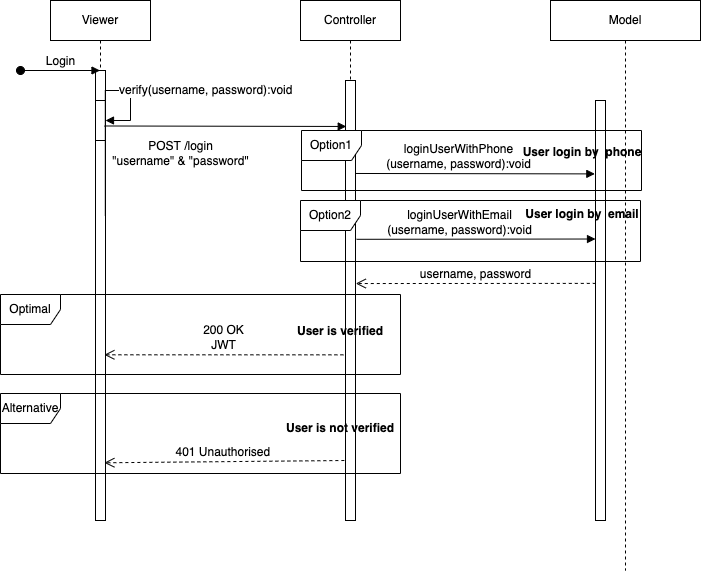
This is Design/Sprint 3/Sequence diagram - Login.png from cis350/project-uniteandconquer, a draw.io export, as it was before one commit. Source tidied: cells renumbered, new cells last; positions are measured from the earlier drawing's top-left corner, leaving out a move shared by most shapes.
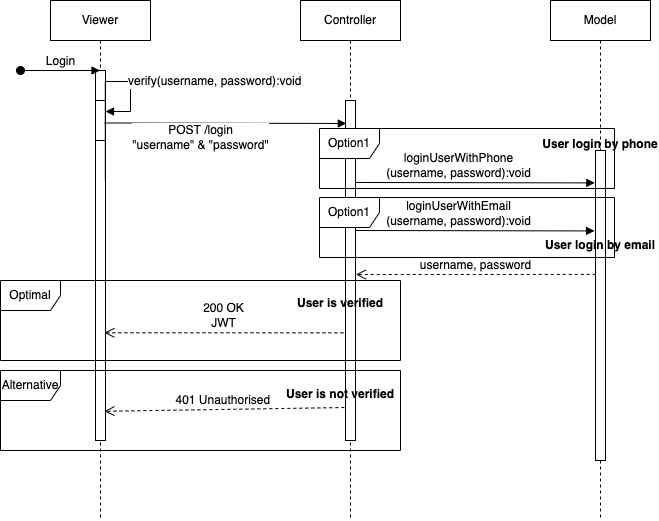
The same diagram one commit later.

What changed in the source:
```diff
@@ -3,101 +3,99 @@
     <mxCell id="0" />
     <mxCell id="1" parent="0" />
     <mxCell id="2" value="Viewer" style="shape=umlLifeline;perimeter=lifelinePerimeter;whiteSpace=wrap;html=1;outlineConnect=0;" parent="1" vertex="1">
-      <mxGeometry x="50" width="100" height="520" as="geometry" />
+      <mxGeometry x="100" width="100" height="520" as="geometry" />
     </mxCell>
-    <mxCell id="3" style="html=1;points=[];perimeter=orthogonalPerimeter;" parent="2" vertex="1">
-      <mxGeometry x="45" y="70" width="10" height="450" as="geometry" />
-    </mxCell>
+    <mxCell id="25" style="html=1;points=[];perimeter=orthogonalPerimeter;" parent="2" vertex="1">
+      <mxGeometry x="45" y="70" width="10" height="370" as="geometry" />
+    </mxCell>
     <mxCell id="4" style="html=1;perimeter=orthogonalPerimeter;" parent="2" vertex="1">
       <mxGeometry x="45" y="100" width="10" height="40" as="geometry" />
     </mxCell>
-    <mxCell id="5" value="verify(username, password):void&amp;nbsp;" style="edgeStyle=orthogonalEdgeStyle;html=1;align=left;spacingLeft=2;endArrow=block;rounded=0;exitX=0.981;exitY=0.322;exitDx=0;exitDy=0;exitPerimeter=0;" parent="2" edge="1" source="3">
+    <mxCell id="5" value="verify(username, password):void&amp;nbsp;" style="edgeStyle=orthogonalEdgeStyle;html=1;align=left;spacingLeft=2;endArrow=block;rounded=0;exitX=0.981;exitY=0.322;exitDx=0;exitDy=0;exitPerimeter=0;" parent="2" edge="1">
       <mxGeometry x="0.31" relative="1" as="geometry">
-        <mxPoint x="55" y="120" as="targetPoint" />
+        <mxPoint x="54.8" y="180.1" as="sourcePoint" />
+        <mxPoint x="55" y="111" as="targetPoint" />
         <Array as="points">
-          <mxPoint x="55" y="90" />
-          <mxPoint x="80" y="90" />
-          <mxPoint x="80" y="120" />
-          <mxPoint x="55" y="120" />
+          <mxPoint x="55" y="81" />
+          <mxPoint x="80" y="81" />
+          <mxPoint x="80" y="111" />
+          <mxPoint x="55" y="111" />
         </Array>
       </mxGeometry>
     </mxCell>
     <mxCell id="6" value="Controller" style="shape=umlLifeline;perimeter=lifelinePerimeter;whiteSpace=wrap;html=1;" parent="1" vertex="1">
-      <mxGeometry x="300" width="100" height="520" as="geometry" />
+      <mxGeometry x="350" width="100" height="520" as="geometry" />
     </mxCell>
-    <mxCell id="7" style="html=1;perimeter=orthogonalPerimeter;" parent="6" vertex="1">
-      <mxGeometry x="45" y="80" width="10" height="440" as="geometry" />
-    </mxCell>
+    <mxCell id="26" style="html=1;points=[];perimeter=orthogonalPerimeter;" parent="6" vertex="1">
+      <mxGeometry x="45" y="100" width="10" height="340" as="geometry" />
+    </mxCell>
     <mxCell id="8" value="Model" style="shape=umlLifeline;perimeter=lifelinePerimeter;whiteSpace=wrap;html=1;" parent="1" vertex="1">
-      <mxGeometry x="550" width="150" height="570" as="geometry" />
+      <mxGeometry x="600" width="100" height="520" as="geometry" />
     </mxCell>
-    <mxCell id="9" style="html=1;perimeter=orthogonalPerimeter;" parent="8" vertex="1">
-      <mxGeometry x="45" y="100" width="10" height="420" as="geometry" />
-    </mxCell>
+    <mxCell id="27" style="html=1;perimeter=orthogonalPerimeter;" parent="8" vertex="1">
+      <mxGeometry x="45" y="150" width="10" height="310" as="geometry" />
+    </mxCell>
+    <mxCell id="23" value="User login by phone" style="text;align=center;fontStyle=1;verticalAlign=middle;spacingLeft=3;spacingRight=3;strokeColor=none;" parent="8" vertex="1">
+      <mxGeometry x="10" y="130" width="80" height="26" as="geometry" />
+    </mxCell>
     <mxCell id="10" value="Login" style="html=1;verticalAlign=bottom;startArrow=oval;startFill=1;endArrow=block;startSize=8;rounded=0;" parent="1" edge="1" target="2">
       <mxGeometry relative="1" as="geometry">
-        <mxPoint x="20" y="70" as="sourcePoint" />
+        <mxPoint x="70" y="70" as="sourcePoint" />
       </mxGeometry>
     </mxCell>
     <mxCell id="11" value="POST /login&lt;br&gt;&quot;username&quot; &amp;amp; &quot;password&quot;" style="html=1;verticalAlign=bottom;endArrow=block;rounded=0;exitX=0.886;exitY=0.608;exitDx=0;exitDy=0;exitPerimeter=0;entryX=0.076;entryY=0.187;entryDx=0;entryDy=0;entryPerimeter=0;" parent="1" edge="1">
-      <mxGeometry x="-0.37" y="-44" relative="1" as="geometry">
-        <mxPoint x="103.9" y="125.5" as="sourcePoint" />
-        <mxPoint x="345.8" y="126" as="targetPoint" />
+      <mxGeometry x="-0.2" y="-31" relative="1" as="geometry">
+        <mxPoint x="153.9" y="122.5" as="sourcePoint" />
+        <mxPoint x="395.8" y="123" as="targetPoint" />
       </mxGeometry>
     </mxCell>
     <mxCell id="12" value="loginUserWithPhone&lt;br&gt;(username, password):void" style="html=1;verticalAlign=bottom;endArrow=block;rounded=0;exitX=1.029;exitY=0.187;exitDx=0;exitDy=0;exitPerimeter=0;entryX=-0.067;entryY=0.169;entryDx=0;entryDy=0;entryPerimeter=0;" parent="1" edge="1">
       <mxGeometry x="-0.14" relative="1" as="geometry">
-        <mxPoint x="355.3" y="173" as="sourcePoint" />
-        <mxPoint x="594.3" y="173.4" as="targetPoint" />
+        <mxPoint x="405.3" y="182" as="sourcePoint" />
+        <mxPoint x="644.3" y="182.4" as="targetPoint" />
       </mxGeometry>
     </mxCell>
     <mxCell id="13" value="username, password" style="html=1;verticalAlign=bottom;endArrow=open;dashed=1;endSize=8;rounded=0;exitX=0.029;exitY=0.319;exitDx=0;exitDy=0;exitPerimeter=0;entryX=1.029;entryY=0.384;entryDx=0;entryDy=0;entryPerimeter=0;" parent="1" edge="1">
       <mxGeometry relative="1" as="geometry">
-        <mxPoint x="595.3" y="282.9" as="sourcePoint" />
-        <mxPoint x="355.3" y="283" as="targetPoint" />
+        <mxPoint x="645.3" y="273.9" as="sourcePoint" />
+        <mxPoint x="405.3" y="274" as="targetPoint" />
       </mxGeometry>
     </mxCell>
     <mxCell id="14" value="Optimal" style="shape=umlFrame;whiteSpace=wrap;html=1;" parent="1" vertex="1">
-      <mxGeometry y="294" width="400" height="80" as="geometry" />
+      <mxGeometry x="50" y="280" width="400" height="80" as="geometry" />
     </mxCell>
     <mxCell id="15" value="Alternative" style="shape=umlFrame;whiteSpace=wrap;html=1;" parent="1" vertex="1">
-      <mxGeometry y="393" width="400" height="80" as="geometry" />
+      <mxGeometry x="50" y="370" width="400" height="80" as="geometry" />
     </mxCell>
     <mxCell id="16" value="200 OK&lt;br&gt;JWT" style="html=1;verticalAlign=bottom;endArrow=open;dashed=1;endSize=8;rounded=0;entryX=0.886;entryY=0.617;entryDx=0;entryDy=0;entryPerimeter=0;exitX=-0.21;exitY=0.543;exitDx=0;exitDy=0;exitPerimeter=0;" parent="1" edge="1">
       <mxGeometry relative="1" as="geometry">
-        <mxPoint x="342.9" y="354.3" as="sourcePoint" />
-        <mxPoint x="103.9" y="354.3" as="targetPoint" />
+        <mxPoint x="392.9" y="332.3" as="sourcePoint" />
+        <mxPoint x="153.9" y="332.3" as="targetPoint" />
       </mxGeometry>
     </mxCell>
-    <mxCell id="17" value="401 Unauthorised&amp;nbsp;" style="html=1;verticalAlign=bottom;endArrow=open;dashed=1;endSize=8;rounded=0;exitX=-0.114;exitY=0.903;exitDx=0;exitDy=0;exitPerimeter=0;entryX=0.886;entryY=0.921;entryDx=0;entryDy=0;entryPerimeter=0;" parent="1" edge="1">
-      <mxGeometry relative="1" as="geometry">
-        <mxPoint x="343.9" y="460" as="sourcePoint" />
-        <mxPoint x="103.9" y="462.3" as="targetPoint" />
-      </mxGeometry>
+    <mxCell id="17" value="401 Unauthorised&amp;nbsp;" style="html=1;verticalAlign=bottom;endArrow=open;dashed=1;endSize=8;rounded=0;exitX=-0.114;exitY=0.903;exitDx=0;exitDy=0;exitPerimeter=0;entryX=0.886;entryY=0.921;entryDx=0;entryDy=0;entryPerimeter=0;" parent="1" edge="1" source="26" target="25">
+      <mxGeometry relative="1" as="geometry" />
     </mxCell>
     <mxCell id="18" value="User is verified" style="text;align=center;fontStyle=1;verticalAlign=middle;spacingLeft=3;spacingRight=3;strokeColor=none;" parent="1" vertex="1">
-      <mxGeometry x="300" y="317" width="80" height="26" as="geometry" />
+      <mxGeometry x="350" y="289" width="80" height="26" as="geometry" />
     </mxCell>
     <mxCell id="19" value="User is not verified" style="text;align=center;fontStyle=1;verticalAlign=middle;spacingLeft=3;spacingRight=3;strokeColor=none;" parent="1" vertex="1">
-      <mxGeometry x="300" y="414" width="80" height="26" as="geometry" />
+      <mxGeometry x="350" y="380" width="80" height="26" as="geometry" />
     </mxCell>
-    <mxCell id="20" value="loginUserWithEmail&lt;br&gt;(username, password):void" style="html=1;verticalAlign=bottom;endArrow=block;rounded=0;exitX=1.1;exitY=0.295;exitDx=0;exitDy=0;exitPerimeter=0;entryX=0;entryY=0.233;entryDx=0;entryDy=0;entryPerimeter=0;" parent="1" edge="1">
+    <mxCell id="20" value="loginUserWithEmail&lt;br&gt;(username, password):void" style="html=1;verticalAlign=bottom;endArrow=block;rounded=0;exitX=1.029;exitY=0.187;exitDx=0;exitDy=0;exitPerimeter=0;entryX=-0.067;entryY=0.169;entryDx=0;entryDy=0;entryPerimeter=0;" parent="1" edge="1">
       <mxGeometry x="-0.14" relative="1" as="geometry">
-        <mxPoint x="356" y="238.8" as="sourcePoint" />
-        <mxPoint x="595" y="238.5" as="targetPoint" />
+        <mxPoint x="405" y="230" as="sourcePoint" />
+        <mxPoint x="644" y="230.4" as="targetPoint" />
       </mxGeometry>
     </mxCell>
-    <mxCell id="21" value="Option1" style="shape=umlFrame;whiteSpace=wrap;html=1;" parent="1" vertex="1">
-      <mxGeometry x="301" y="130" width="340" height="60" as="geometry" />
-    </mxCell>
-    <mxCell id="22" value="Option2" style="shape=umlFrame;whiteSpace=wrap;html=1;" parent="1" vertex="1">
-      <mxGeometry x="300" y="200" width="340" height="61" as="geometry" />
-    </mxCell>
-    <mxCell id="23" value="User login by  phone" style="text;align=center;fontStyle=1;verticalAlign=middle;spacingLeft=3;spacingRight=3;strokeColor=none;" parent="1" vertex="1">
-      <mxGeometry x="542" y="138" width="80" height="26" as="geometry" />
-    </mxCell>
+    <mxCell id="28" value="Option1" style="shape=umlFrame;whiteSpace=wrap;html=1;" parent="1" vertex="1">
+      <mxGeometry x="369" y="128" width="295" height="60" as="geometry" />
+    </mxCell>
+    <mxCell id="29" value="Option1" style="shape=umlFrame;whiteSpace=wrap;html=1;" parent="1" vertex="1">
+      <mxGeometry x="369" y="197" width="295" height="60" as="geometry" />
+    </mxCell>
-    <mxCell id="24" value="User login by  email" style="text;align=center;fontStyle=1;verticalAlign=middle;spacingLeft=3;spacingRight=3;strokeColor=none;" parent="1" vertex="1">
-      <mxGeometry x="542" y="200" width="80" height="26" as="geometry" />
+    <mxCell id="24" value="User login by email" style="text;align=center;fontStyle=1;verticalAlign=middle;spacingLeft=3;spacingRight=3;strokeColor=none;" parent="1" vertex="1">
+      <mxGeometry x="610" y="231" width="80" height="26" as="geometry" />
     </mxCell>
   </root>
 </mxGraphModel>
```
